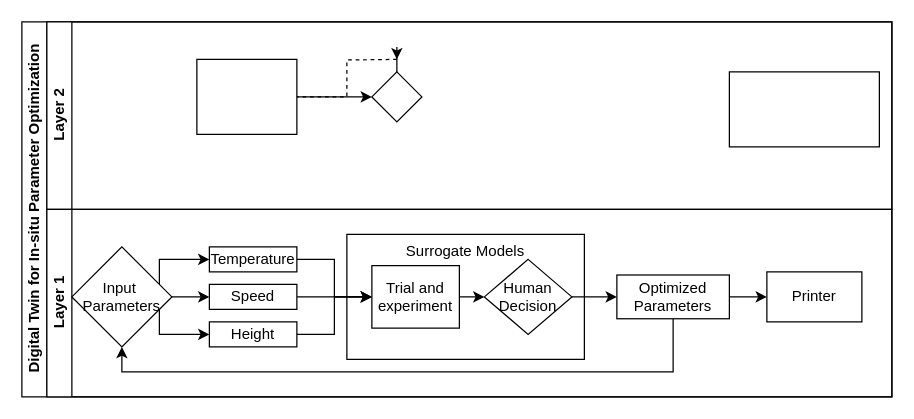
KexinYin-in-UK/In-situ-parameter-optimization keeps this draw.io diagram as 未命名绘图.drawio. Above is the earlier version. Source tidied: cells renumbered, new cells numbered last; positions are measured from the earlier drawing's top-left corner, leaving out a move shared by most shapes. Both pictures are drawn from the tidied source at 125%, with x=0, y=0 at pixel (21, 21).
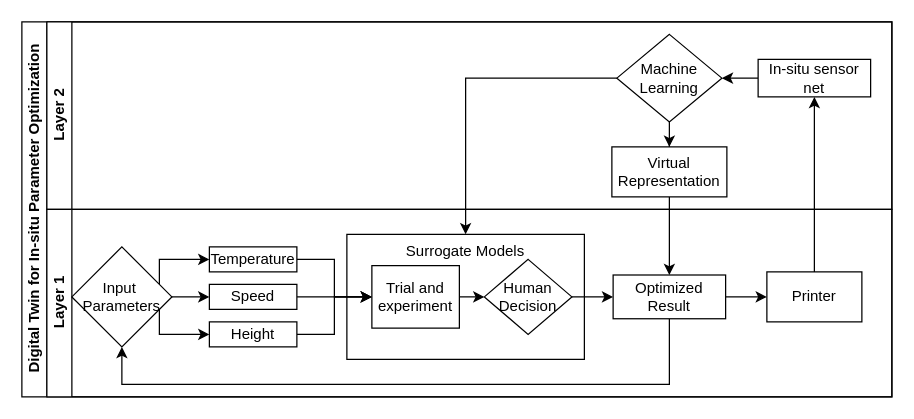
The same page after the edit.

Unchanged cells that the change refers to:
```xml
<mxCell id="2" value="Digital Twin for In-situ Parameter Optimization" style="swimlane;html=1;horizontal=0;startSize=20;" parent="1" vertex="1">
  <mxGeometry width="696" height="300" as="geometry" />
</mxCell>
<mxCell id="5" value="Layer 2" style="swimlane;html=1;startSize=20;horizontal=0;" parent="2" vertex="1">
  <mxGeometry x="20" width="676" height="150" as="geometry" />
</mxCell>
<mxCell id="10" value="Layer 1" style="swimlane;html=1;startSize=20;horizontal=0;" parent="2" vertex="1">
  <mxGeometry x="20" y="150" width="676" height="150" as="geometry" />
</mxCell>
<mxCell id="11" value="Surrogate Models" style="rounded=0;whiteSpace=wrap;html=1;verticalAlign=top;" parent="10" vertex="1">
  <mxGeometry x="240" y="20" width="190" height="100" as="geometry" />
</mxCell>
<mxCell id="19" value="Input&amp;nbsp;&lt;br&gt;Parameters" style="rhombus;whiteSpace=wrap;html=1;" parent="10" vertex="1">
  <mxGeometry x="20" y="30" width="80" height="80" as="geometry" />
</mxCell>
<mxCell id="29" value="Printer" style="rounded=0;whiteSpace=wrap;html=1;" parent="10" vertex="1">
  <mxGeometry x="576" y="50" width="76" height="40" as="geometry" />
</mxCell>
```

Change to the diagram source:
```diff
@@
-    <mxCell id="3" style="edgeStyle=orthogonalEdgeStyle;rounded=0;jettySize=auto;html=1;dashed=1;endArrow=none;endFill=0;" parent="2" edge="1" target="7">
-      <mxGeometry relative="1" as="geometry">
-        <mxPoint x="300" y="30" as="sourcePoint" />
-      </mxGeometry>
-    </mxCell>
-    <mxCell id="4" style="edgeStyle=orthogonalEdgeStyle;rounded=0;jettySize=auto;html=1;endArrow=classic;endFill=1;" parent="2" edge="1" source="8">
-      <mxGeometry relative="1" as="geometry">
-        <mxPoint x="300" y="30" as="targetPoint" />
-      </mxGeometry>
-    </mxCell>
@@
-    <mxCell id="6" style="edgeStyle=orthogonalEdgeStyle;rounded=0;jettySize=auto;html=1;endArrow=classic;endFill=1;" parent="5" edge="1" source="7" target="8">
-      <mxGeometry relative="1" as="geometry" />
-    </mxCell>
+    <mxCell id="30" style="edgeStyle=orthogonalEdgeStyle;rounded=0;jettySize=auto;html=1;" parent="5" edge="1" source="8" target="7">
+      <mxGeometry relative="1" as="geometry" />
+    </mxCell>
+    <mxCell id="8" value="Machine&lt;br&gt;Learning" style="rhombus;whiteSpace=wrap;html=1;fontFamily=Helvetica;fontSize=12;fontColor=#000000;align=center;" parent="5" vertex="1">
+      <mxGeometry x="456" y="10" width="84" height="70" as="geometry" />
+    </mxCell>
+    <mxCell id="31" style="edgeStyle=orthogonalEdgeStyle;rounded=0;jettySize=auto;html=1;exitX=0;exitY=0.5;exitDx=0;exitDy=0;entryX=1;entryY=0.5;entryDx=0;entryDy=0;" parent="5" edge="1" source="9" target="8">
+      <mxGeometry relative="1" as="geometry" />
+    </mxCell>
+    <mxCell id="9" value="In-situ sensor net" style="rounded=0;whiteSpace=wrap;html=1;" parent="5" vertex="1">
+      <mxGeometry x="569" y="30" width="90" height="30" as="geometry" />
+    </mxCell>
-    <mxCell id="7" style="rounded=0;whiteSpace=wrap;html=1;fontFamily=Helvetica;fontSize=12;fontColor=#000000;align=center;" parent="5" vertex="1">
-      <mxGeometry x="120" y="30" width="80" height="60" as="geometry" />
+    <mxCell id="7" value="Virtual&lt;br&gt;Representation" style="rounded=0;whiteSpace=wrap;html=1;fontFamily=Helvetica;fontSize=12;fontColor=#000000;align=center;" parent="5" vertex="1">
+      <mxGeometry x="452" y="100" width="92" height="40" as="geometry" />
     </mxCell>
-    <mxCell id="8" style="rhombus;whiteSpace=wrap;html=1;fontFamily=Helvetica;fontSize=12;fontColor=#000000;align=center;" parent="5" vertex="1">
-      <mxGeometry x="260" y="40" width="40" height="40" as="geometry" />
-    </mxCell>
-    <mxCell id="9" style="rounded=0;whiteSpace=wrap;html=1;" parent="5" vertex="1">
-      <mxGeometry x="546" y="40" width="120" height="60" as="geometry" />
-    </mxCell>
@@
     <mxCell id="26" style="edgeStyle=orthogonalEdgeStyle;rounded=0;jettySize=auto;html=1;exitX=0.5;exitY=1;exitDx=0;exitDy=0;entryX=0.5;entryY=1;entryDx=0;entryDy=0;" parent="10" edge="1" source="28" target="19">
-      <mxGeometry relative="1" as="geometry" />
+      <mxGeometry relative="1" as="geometry">
+        <Array as="points">
+          <mxPoint x="498" y="140" />
+          <mxPoint x="60" y="140" />
+        </Array>
+      </mxGeometry>
     </mxCell>
@@
-    <mxCell id="28" value="Optimized Parameters" style="rounded=0;whiteSpace=wrap;html=1;" parent="10" vertex="1">
-      <mxGeometry x="456" y="52.5" width="90" height="35" as="geometry" />
+    <mxCell id="28" value="Optimized Result" style="rounded=0;whiteSpace=wrap;html=1;" parent="10" vertex="1">
+      <mxGeometry x="453" y="52.5" width="90" height="35" as="geometry" />
     </mxCell>
@@
+    <mxCell id="32" style="edgeStyle=orthogonalEdgeStyle;rounded=0;jettySize=auto;html=1;exitX=0.5;exitY=0;exitDx=0;exitDy=0;entryX=0.5;entryY=1;entryDx=0;entryDy=0;" parent="2" edge="1" source="29" target="9">
+      <mxGeometry relative="1" as="geometry" />
+    </mxCell>
+    <mxCell id="33" style="edgeStyle=orthogonalEdgeStyle;rounded=0;jettySize=auto;html=1;exitX=0;exitY=0.5;exitDx=0;exitDy=0;entryX=0.5;entryY=0;entryDx=0;entryDy=0;" parent="2" edge="1" source="8" target="11">
+      <mxGeometry relative="1" as="geometry" />
+    </mxCell>
+    <mxCell id="34" style="edgeStyle=orthogonalEdgeStyle;rounded=0;jettySize=auto;html=1;" parent="2" edge="1" source="7" target="28">
+      <mxGeometry relative="1" as="geometry" />
+    </mxCell>
```
